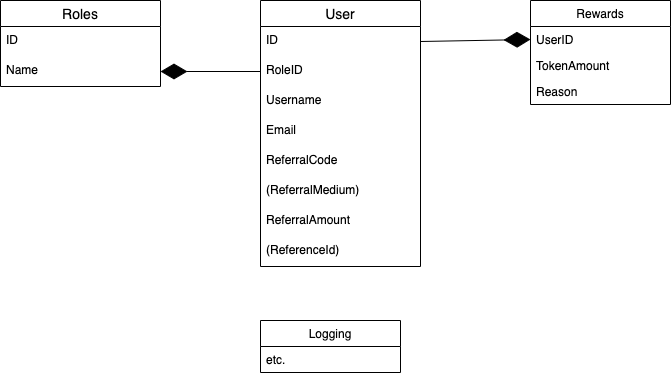
minima-global/incentivecash keeps this draw.io diagram as docs/images/dbase.png. Above is the earlier version. Source tidied: cells renumbered, new cells last; positions are measured from the earlier drawing's top-left corner, leaving out a move shared by most shapes. Its diagram source:
```xml
<mxGraphModel>
  <root>
    <mxCell id="0" />
    <mxCell id="1" parent="0" />
    <mxCell id="2" value="User" style="swimlane;fontStyle=0;horizontal=1;startSize=26;align=center;fontSize=14;" parent="1" vertex="1">
      <mxGeometry x="260" width="160" height="266" as="geometry" />
    </mxCell>
    <mxCell id="3" value="ID" style="text;strokeColor=none;fillColor=none;spacingLeft=4;spacingRight=4;overflow=hidden;points=[[0,0.5],[1,0.5]];portConstraint=eastwest;fontSize=12;" parent="2" vertex="1">
      <mxGeometry y="26" width="160" height="30" as="geometry" />
    </mxCell>
    <mxCell id="4" value="RoleID" style="text;strokeColor=none;fillColor=none;spacingLeft=4;spacingRight=4;overflow=hidden;points=[[0,0.5],[1,0.5]];portConstraint=eastwest;fontSize=12;" parent="2" vertex="1">
      <mxGeometry y="56" width="160" height="30" as="geometry" />
    </mxCell>
    <mxCell id="5" value="Username" style="text;strokeColor=none;fillColor=none;spacingLeft=4;spacingRight=4;overflow=hidden;points=[[0,0.5],[1,0.5]];portConstraint=eastwest;fontSize=12;" parent="2" vertex="1">
      <mxGeometry y="86" width="160" height="30" as="geometry" />
    </mxCell>
    <mxCell id="6" value="Email" style="text;strokeColor=none;fillColor=none;spacingLeft=4;spacingRight=4;overflow=hidden;fontSize=12;" parent="2" vertex="1">
      <mxGeometry y="116" width="160" height="30" as="geometry" />
    </mxCell>
    <mxCell id="7" value="ReferralCode" style="text;strokeColor=none;fillColor=none;spacingLeft=4;spacingRight=4;overflow=hidden;fontSize=12;" parent="2" vertex="1">
      <mxGeometry y="146" width="160" height="30" as="geometry" />
    </mxCell>
    <mxCell id="8" value="(ReferralMedium)" style="text;strokeColor=none;fillColor=none;spacingLeft=4;spacingRight=4;overflow=hidden;fontSize=12;" parent="2" vertex="1">
      <mxGeometry y="176" width="160" height="30" as="geometry" />
    </mxCell>
    <mxCell id="9" value="ReferralAmount" style="text;strokeColor=none;fillColor=none;spacingLeft=4;spacingRight=4;overflow=hidden;fontSize=12;" parent="2" vertex="1">
      <mxGeometry y="206" width="160" height="30" as="geometry" />
    </mxCell>
    <mxCell id="10" value="(ReferenceId)&#10;" style="text;strokeColor=none;fillColor=none;spacingLeft=4;spacingRight=4;overflow=hidden;fontSize=12;" parent="2" vertex="1">
      <mxGeometry y="236" width="160" height="30" as="geometry" />
    </mxCell>
    <mxCell id="11" value="Roles" style="swimlane;fontStyle=0;horizontal=1;startSize=26;align=center;fontSize=14;" parent="1" vertex="1">
      <mxGeometry width="160" height="86" as="geometry" />
    </mxCell>
    <mxCell id="12" value="ID" style="text;strokeColor=none;fillColor=none;spacingLeft=4;spacingRight=4;overflow=hidden;fontSize=12;" parent="11" vertex="1">
      <mxGeometry y="26" width="160" height="30" as="geometry" />
    </mxCell>
    <mxCell id="13" value="Name" style="text;strokeColor=none;fillColor=none;spacingLeft=4;spacingRight=4;overflow=hidden;points=[[0,0.5],[1,0.5]];portConstraint=eastwest;fontSize=12;" parent="11" vertex="1">
      <mxGeometry y="56" width="160" height="30" as="geometry" />
    </mxCell>
    <mxCell id="14" style="endArrow=diamondThin;endFill=1;endSize=24;html=1;" parent="1" edge="1" source="4" target="13">
      <mxGeometry relative="1" as="geometry" />
    </mxCell>
    <mxCell id="15" value="Rewards" style="swimlane;fontStyle=0;horizontal=1;startSize=26;fillColor=none;" parent="1" vertex="1">
      <mxGeometry x="530" width="140" height="104" as="geometry" />
    </mxCell>
    <mxCell id="16" value="UserID" style="text;strokeColor=none;fillColor=none;align=left;verticalAlign=top;spacingLeft=4;spacingRight=4;overflow=hidden;points=[[0,0.5],[1,0.5]];portConstraint=eastwest;" parent="15" vertex="1">
      <mxGeometry y="26" width="140" height="26" as="geometry" />
    </mxCell>
    <mxCell id="17" value="TokenAmount" style="text;strokeColor=none;fillColor=none;align=left;verticalAlign=top;spacingLeft=4;spacingRight=4;overflow=hidden;points=[[0,0.5],[1,0.5]];portConstraint=eastwest;" parent="15" vertex="1">
      <mxGeometry y="52" width="140" height="26" as="geometry" />
    </mxCell>
    <mxCell id="18" value="Reason" style="text;strokeColor=none;fillColor=none;align=left;verticalAlign=top;spacingLeft=4;spacingRight=4;overflow=hidden;" parent="15" vertex="1">
      <mxGeometry y="78" width="140" height="26" as="geometry" />
    </mxCell>
    <mxCell id="19" style="endArrow=diamondThin;endFill=1;endSize=24;html=1;entryX=0;entryY=0.5;entryDx=0;entryDy=0;exitX=1;exitY=0.5;exitDx=0;exitDy=0;" parent="1" edge="1" source="3" target="16">
      <mxGeometry relative="1" as="geometry" />
    </mxCell>
    <mxCell id="20" value="Logging" style="swimlane;fontStyle=0;horizontal=1;startSize=26;fillColor=none;" parent="1" vertex="1">
      <mxGeometry x="260" y="320" width="140" height="52" as="geometry" />
    </mxCell>
    <mxCell id="21" value="etc." style="text;strokeColor=none;fillColor=none;align=left;verticalAlign=top;spacingLeft=4;spacingRight=4;overflow=hidden;" parent="20" vertex="1">
      <mxGeometry y="26" width="140" height="26" as="geometry" />
    </mxCell>
  </root>
</mxGraphModel>
```
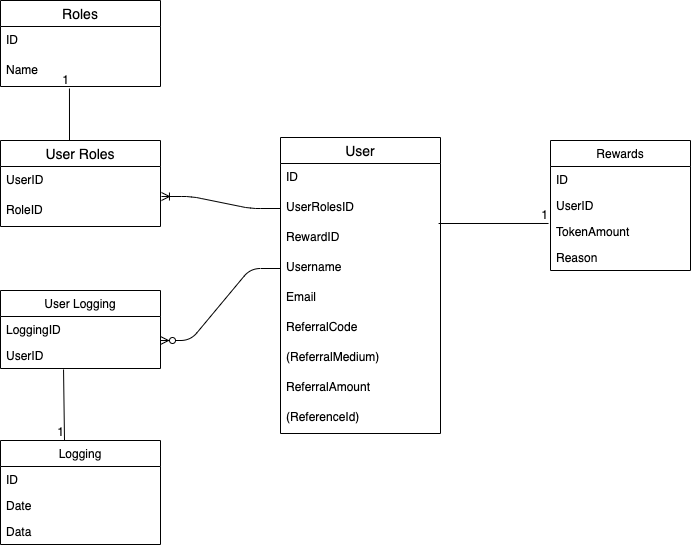
The same file after the commit.

The edit, as a diff of the source:
```diff
@@ -3,34 +3,37 @@
     <mxCell id="0" />
     <mxCell id="1" parent="0" />
     <mxCell id="2" value="User" style="swimlane;fontStyle=0;horizontal=1;startSize=26;align=center;fontSize=14;" parent="1" vertex="1">
-      <mxGeometry x="260" width="160" height="266" as="geometry" />
+      <mxGeometry x="280" y="217" width="160" height="296" as="geometry" />
     </mxCell>
     <mxCell id="3" value="ID" style="text;strokeColor=none;fillColor=none;spacingLeft=4;spacingRight=4;overflow=hidden;points=[[0,0.5],[1,0.5]];portConstraint=eastwest;fontSize=12;" parent="2" vertex="1">
       <mxGeometry y="26" width="160" height="30" as="geometry" />
     </mxCell>
-    <mxCell id="4" value="RoleID" style="text;strokeColor=none;fillColor=none;spacingLeft=4;spacingRight=4;overflow=hidden;points=[[0,0.5],[1,0.5]];portConstraint=eastwest;fontSize=12;" parent="2" vertex="1">
+    <mxCell id="4" value="UserRolesID" style="text;strokeColor=none;fillColor=none;spacingLeft=4;spacingRight=4;overflow=hidden;points=[[0,0.5],[1,0.5]];portConstraint=eastwest;fontSize=12;" parent="2" vertex="1">
       <mxGeometry y="56" width="160" height="30" as="geometry" />
     </mxCell>
+    <mxCell id="22" value="RewardID" style="text;strokeColor=none;fillColor=none;spacingLeft=4;spacingRight=4;overflow=hidden;points=[[0,0.5],[1,0.5]];portConstraint=eastwest;fontSize=12;" parent="2" vertex="1">
+      <mxGeometry y="86" width="160" height="30" as="geometry" />
+    </mxCell>
     <mxCell id="5" value="Username" style="text;strokeColor=none;fillColor=none;spacingLeft=4;spacingRight=4;overflow=hidden;points=[[0,0.5],[1,0.5]];portConstraint=eastwest;fontSize=12;" parent="2" vertex="1">
-      <mxGeometry y="86" width="160" height="30" as="geometry" />
+      <mxGeometry y="116" width="160" height="30" as="geometry" />
     </mxCell>
     <mxCell id="6" value="Email" style="text;strokeColor=none;fillColor=none;spacingLeft=4;spacingRight=4;overflow=hidden;fontSize=12;" parent="2" vertex="1">
-      <mxGeometry y="116" width="160" height="30" as="geometry" />
+      <mxGeometry y="146" width="160" height="30" as="geometry" />
     </mxCell>
     <mxCell id="7" value="ReferralCode" style="text;strokeColor=none;fillColor=none;spacingLeft=4;spacingRight=4;overflow=hidden;fontSize=12;" parent="2" vertex="1">
-      <mxGeometry y="146" width="160" height="30" as="geometry" />
+      <mxGeometry y="176" width="160" height="30" as="geometry" />
     </mxCell>
     <mxCell id="8" value="(ReferralMedium)" style="text;strokeColor=none;fillColor=none;spacingLeft=4;spacingRight=4;overflow=hidden;fontSize=12;" parent="2" vertex="1">
-      <mxGeometry y="176" width="160" height="30" as="geometry" />
+      <mxGeometry y="206" width="160" height="30" as="geometry" />
     </mxCell>
     <mxCell id="9" value="ReferralAmount" style="text;strokeColor=none;fillColor=none;spacingLeft=4;spacingRight=4;overflow=hidden;fontSize=12;" parent="2" vertex="1">
-      <mxGeometry y="206" width="160" height="30" as="geometry" />
+      <mxGeometry y="236" width="160" height="30" as="geometry" />
     </mxCell>
     <mxCell id="10" value="(ReferenceId)&#10;" style="text;strokeColor=none;fillColor=none;spacingLeft=4;spacingRight=4;overflow=hidden;fontSize=12;" parent="2" vertex="1">
-      <mxGeometry y="236" width="160" height="30" as="geometry" />
+      <mxGeometry y="266" width="160" height="30" as="geometry" />
     </mxCell>
     <mxCell id="11" value="Roles" style="swimlane;fontStyle=0;horizontal=1;startSize=26;align=center;fontSize=14;" parent="1" vertex="1">
-      <mxGeometry width="160" height="86" as="geometry" />
+      <mxGeometry y="80" width="160" height="86" as="geometry" />
     </mxCell>
     <mxCell id="12" value="ID" style="text;strokeColor=none;fillColor=none;spacingLeft=4;spacingRight=4;overflow=hidden;fontSize=12;" parent="11" vertex="1">
       <mxGeometry y="26" width="160" height="30" as="geometry" />
@@ -38,29 +41,76 @@
     <mxCell id="13" value="Name" style="text;strokeColor=none;fillColor=none;spacingLeft=4;spacingRight=4;overflow=hidden;points=[[0,0.5],[1,0.5]];portConstraint=eastwest;fontSize=12;" parent="11" vertex="1">
       <mxGeometry y="56" width="160" height="30" as="geometry" />
     </mxCell>
-    <mxCell id="14" style="endArrow=diamondThin;endFill=1;endSize=24;html=1;" parent="1" edge="1" source="4" target="13">
-      <mxGeometry relative="1" as="geometry" />
-    </mxCell>
     <mxCell id="15" value="Rewards" style="swimlane;fontStyle=0;horizontal=1;startSize=26;fillColor=none;" parent="1" vertex="1">
-      <mxGeometry x="530" width="140" height="104" as="geometry" />
+      <mxGeometry x="550" y="220" width="140" height="130" as="geometry" />
     </mxCell>
-    <mxCell id="16" value="UserID" style="text;strokeColor=none;fillColor=none;align=left;verticalAlign=top;spacingLeft=4;spacingRight=4;overflow=hidden;points=[[0,0.5],[1,0.5]];portConstraint=eastwest;" parent="15" vertex="1">
+    <mxCell id="16" value="ID" style="text;strokeColor=none;fillColor=none;align=left;verticalAlign=top;spacingLeft=4;spacingRight=4;overflow=hidden;points=[[0,0.5],[1,0.5]];portConstraint=eastwest;" parent="15" vertex="1">
       <mxGeometry y="26" width="140" height="26" as="geometry" />
     </mxCell>
+    <mxCell id="23" value="UserID" style="text;strokeColor=none;fillColor=none;align=left;verticalAlign=top;spacingLeft=4;spacingRight=4;overflow=hidden;" parent="15" vertex="1">
+      <mxGeometry y="52" width="140" height="26" as="geometry" />
+    </mxCell>
     <mxCell id="17" value="TokenAmount" style="text;strokeColor=none;fillColor=none;align=left;verticalAlign=top;spacingLeft=4;spacingRight=4;overflow=hidden;points=[[0,0.5],[1,0.5]];portConstraint=eastwest;" parent="15" vertex="1">
-      <mxGeometry y="52" width="140" height="26" as="geometry" />
+      <mxGeometry y="78" width="140" height="26" as="geometry" />
     </mxCell>
     <mxCell id="18" value="Reason" style="text;strokeColor=none;fillColor=none;align=left;verticalAlign=top;spacingLeft=4;spacingRight=4;overflow=hidden;" parent="15" vertex="1">
-      <mxGeometry y="78" width="140" height="26" as="geometry" />
+      <mxGeometry y="104" width="140" height="26" as="geometry" />
     </mxCell>
-    <mxCell id="19" style="endArrow=diamondThin;endFill=1;endSize=24;html=1;entryX=0;entryY=0.5;entryDx=0;entryDy=0;exitX=1;exitY=0.5;exitDx=0;exitDy=0;" parent="1" edge="1" source="3" target="16">
-      <mxGeometry relative="1" as="geometry" />
-    </mxCell>
     <mxCell id="20" value="Logging" style="swimlane;fontStyle=0;horizontal=1;startSize=26;fillColor=none;" parent="1" vertex="1">
-      <mxGeometry x="260" y="320" width="140" height="52" as="geometry" />
+      <mxGeometry y="520" width="160" height="104" as="geometry" />
     </mxCell>
-    <mxCell id="21" value="etc." style="text;strokeColor=none;fillColor=none;align=left;verticalAlign=top;spacingLeft=4;spacingRight=4;overflow=hidden;" parent="20" vertex="1">
-      <mxGeometry y="26" width="140" height="26" as="geometry" />
+    <mxCell id="21" value="ID" style="text;strokeColor=none;fillColor=none;align=left;verticalAlign=top;spacingLeft=4;spacingRight=4;overflow=hidden;" parent="20" vertex="1">
+      <mxGeometry y="26" width="160" height="26" as="geometry" />
     </mxCell>
+    <mxCell id="24" value="Date" style="text;strokeColor=none;fillColor=none;align=left;verticalAlign=top;spacingLeft=4;spacingRight=4;overflow=hidden;" parent="20" vertex="1">
+      <mxGeometry y="52" width="160" height="26" as="geometry" />
+    </mxCell>
+    <mxCell id="25" value="Data" style="text;strokeColor=none;fillColor=none;align=left;verticalAlign=top;spacingLeft=4;spacingRight=4;overflow=hidden;" parent="20" vertex="1">
+      <mxGeometry y="78" width="160" height="26" as="geometry" />
+    </mxCell>
+    <mxCell id="26" value="User Roles" style="swimlane;fontStyle=0;horizontal=1;startSize=26;align=center;fontSize=14;" parent="1" vertex="1">
+      <mxGeometry y="220" width="160" height="86" as="geometry" />
+    </mxCell>
+    <mxCell id="27" value="UserID" style="text;strokeColor=none;fillColor=none;spacingLeft=4;spacingRight=4;overflow=hidden;fontSize=12;" parent="26" vertex="1">
+      <mxGeometry y="26" width="160" height="30" as="geometry" />
+    </mxCell>
+    <mxCell id="28" value="RoleID" style="text;strokeColor=none;fillColor=none;spacingLeft=4;spacingRight=4;overflow=hidden;points=[[0,0.5],[1,0.5]];portConstraint=eastwest;fontSize=12;" parent="26" vertex="1">
+      <mxGeometry y="56" width="160" height="30" as="geometry" />
+    </mxCell>
+    <mxCell id="29" value="User Logging" style="swimlane;fontStyle=0;horizontal=1;startSize=26;fillColor=none;" parent="1" vertex="1">
+      <mxGeometry y="370" width="160" height="78" as="geometry" />
+    </mxCell>
+    <mxCell id="30" value="LoggingID" style="text;strokeColor=none;fillColor=none;align=left;verticalAlign=top;spacingLeft=4;spacingRight=4;overflow=hidden;points=[[0,0.5],[1,0.5]];portConstraint=eastwest;" parent="29" vertex="1">
+      <mxGeometry y="26" width="160" height="26" as="geometry" />
+    </mxCell>
+    <mxCell id="31" value="UserID" style="text;strokeColor=none;fillColor=none;align=left;verticalAlign=top;spacingLeft=4;spacingRight=4;overflow=hidden;points=[[0,0.5],[1,0.5]];portConstraint=eastwest;" parent="29" vertex="1">
+      <mxGeometry y="52" width="160" height="26" as="geometry" />
+    </mxCell>
+    <mxCell id="32" style="edgeStyle=entityRelationEdgeStyle;fontSize=12;html=1;endArrow=ERoneToMany;entryX=1.006;entryY=0;entryDx=0;entryDy=0;entryPerimeter=0;exitX=0;exitY=0.5;exitDx=0;exitDy=0;" parent="1" edge="1" source="4" target="28">
+      <mxGeometry relative="1" as="geometry" />
+    </mxCell>
+    <mxCell id="33" style="edgeStyle=entityRelationEdgeStyle;fontSize=12;html=1;endArrow=ERzeroToMany;endFill=1;entryX=1;entryY=0.923;entryDx=0;entryDy=0;entryPerimeter=0;exitX=0;exitY=0.5;exitDx=0;exitDy=0;" parent="1" edge="1" source="5" target="30">
+      <mxGeometry relative="1" as="geometry" />
+    </mxCell>
+    <mxCell id="34" style="endArrow=none;html=1;rounded=0;exitX=0.394;exitY=1.038;exitDx=0;exitDy=0;exitPerimeter=0;entryX=0.4;entryY=0;entryDx=0;entryDy=0;entryPerimeter=0;" parent="1" edge="1" source="31" target="20">
+      <mxGeometry relative="1" as="geometry" />
+    </mxCell>
+    <mxCell id="35" value="1" style="html=1;align=right;verticalAlign=bottom;" parent="34" vertex="1">
+      <mxGeometry x="1" relative="1" as="geometry" />
+    </mxCell>
+    <mxCell id="36" style="endArrow=none;html=1;rounded=0;entryX=0.431;entryY=1.067;entryDx=0;entryDy=0;entryPerimeter=0;" parent="1" edge="1" target="13">
+      <mxGeometry relative="1" as="geometry">
+        <mxPoint x="69" y="220" as="sourcePoint" />
+      </mxGeometry>
+    </mxCell>
+    <mxCell id="37" value="1" style="html=1;align=right;verticalAlign=bottom;" parent="36" vertex="1">
+      <mxGeometry x="1" relative="1" as="geometry" />
+    </mxCell>
+    <mxCell id="38" style="endArrow=none;html=1;rounded=0;entryX=-0.014;entryY=0.192;entryDx=0;entryDy=0;entryPerimeter=0;exitX=0.988;exitY=0;exitDx=0;exitDy=0;exitPerimeter=0;" parent="1" edge="1" source="22" target="17">
+      <mxGeometry relative="1" as="geometry" />
+    </mxCell>
+    <mxCell id="39" value="1" style="html=1;align=right;verticalAlign=bottom;" parent="38" vertex="1">
+      <mxGeometry x="1" relative="1" as="geometry" />
+    </mxCell>
   </root>
 </mxGraphModel>
```
